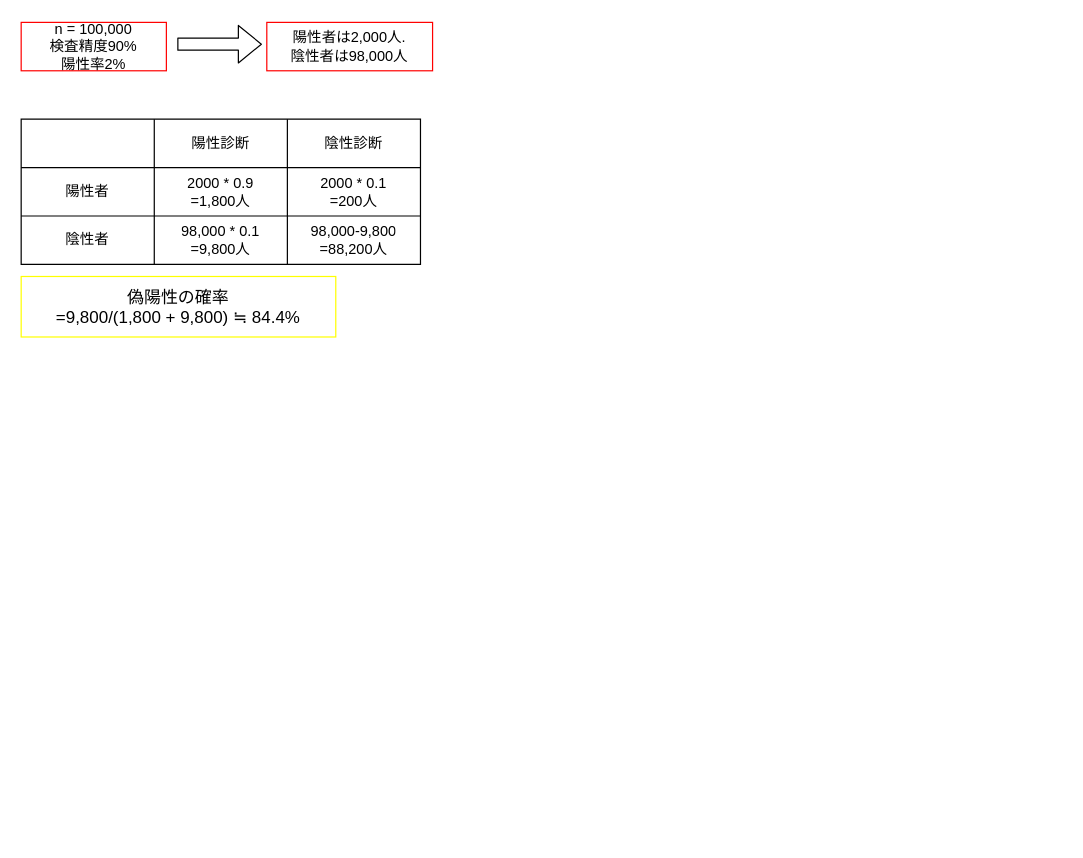
Above: page "条件付き確率" (3 of 3) of graph.dio in I-Kouta/Python2 (draw.io), before the change. Source tidied: cells renumbered, new cells numbered last; positions are measured from the earlier drawing's top-left corner, leaving out a move shared by most shapes. Both pictures are drawn from the tidied source at 121%, with x=0, y=0 at pixel (21, 22).
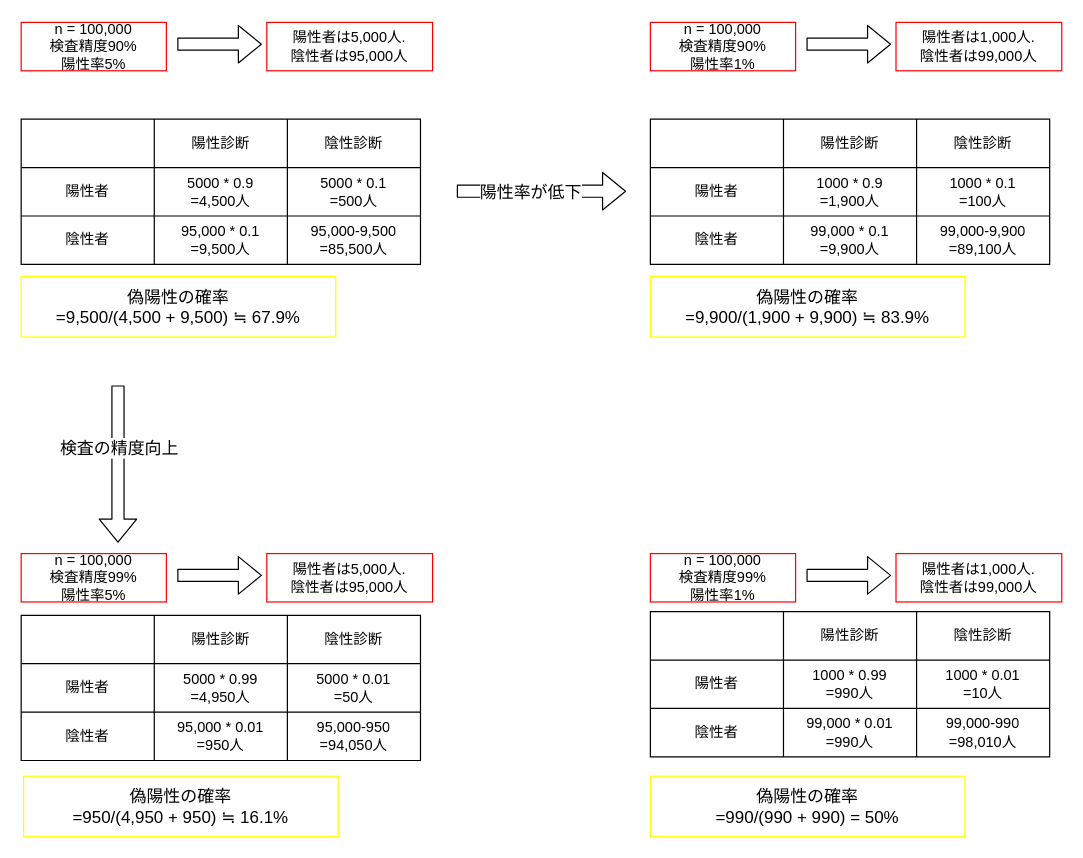
The same diagram, later.

Unchanged cells that the change refers to:
```xml
<mxCell id="7" style="shape=tableRow;horizontal=0;startSize=0;swimlaneHead=0;swimlaneBody=0;top=0;left=0;bottom=0;right=0;fillColor=none;" parent="2" vertex="1">
  <mxGeometry y="40" width="330" height="40" as="geometry" />
</mxCell>
<mxCell id="11" style="shape=tableRow;horizontal=0;startSize=0;swimlaneHead=0;swimlaneBody=0;top=0;left=0;bottom=0;right=0;fillColor=none;" parent="2" vertex="1">
  <mxGeometry y="80" width="330" height="40" as="geometry" />
</mxCell>
```

What changed in the source:
```diff
@@
-    <mxCell id="9" value="2000 * 0.9&lt;br&gt;=1,800人" style="shape=partialRectangle;html=1;whiteSpace=wrap;fillColor=none;top=0;left=0;bottom=0;right=0;overflow=hidden;" parent="7" vertex="1">
+    <mxCell id="9" value="5000 * 0.9&lt;br&gt;=4,500人" style="shape=partialRectangle;html=1;whiteSpace=wrap;fillColor=none;top=0;left=0;bottom=0;right=0;overflow=hidden;" parent="7" vertex="1">
       <mxGeometry x="110" width="110" height="40" as="geometry" />
     </mxCell>
-    <mxCell id="10" value="2000 * 0.1&lt;br&gt;=200人" style="shape=partialRectangle;html=1;whiteSpace=wrap;fillColor=none;top=0;left=0;bottom=0;right=0;overflow=hidden;" parent="7" vertex="1">
+    <mxCell id="10" value="5000 * 0.1&lt;br&gt;=500人" style="shape=partialRectangle;html=1;whiteSpace=wrap;fillColor=none;top=0;left=0;bottom=0;right=0;overflow=hidden;" parent="7" vertex="1">
       <mxGeometry x="220" width="110" height="40" as="geometry" />
     </mxCell>
@@
-    <mxCell id="13" value="98,000 * 0.1&lt;br&gt;=9,800人" style="shape=partialRectangle;html=1;whiteSpace=wrap;fillColor=none;top=0;left=0;bottom=0;right=0;overflow=hidden;" parent="11" vertex="1">
+    <mxCell id="13" value="95,000 * 0.1&lt;br&gt;=9,500人" style="shape=partialRectangle;html=1;whiteSpace=wrap;fillColor=none;top=0;left=0;bottom=0;right=0;overflow=hidden;" parent="11" vertex="1">
       <mxGeometry x="110" width="110" height="40" as="geometry" />
     </mxCell>
-    <mxCell id="14" value="98,000-9,800&lt;br&gt;=88,200人" style="shape=partialRectangle;html=1;whiteSpace=wrap;fillColor=none;top=0;left=0;bottom=0;right=0;overflow=hidden;" parent="11" vertex="1">
+    <mxCell id="14" value="95,000-9,500&lt;br&gt;=85,500人" style="shape=partialRectangle;html=1;whiteSpace=wrap;fillColor=none;top=0;left=0;bottom=0;right=0;overflow=hidden;" parent="11" vertex="1">
       <mxGeometry x="220" width="110" height="40" as="geometry" />
     </mxCell>
-    <mxCell id="15" value="n = 100,000&lt;br&gt;検査精度90%&lt;br&gt;陽性率2%" style="rounded=0;whiteSpace=wrap;html=1;fillColor=default;strokeColor=#FF0000;" parent="1" vertex="1">
+    <mxCell id="15" value="n = 100,000&lt;br&gt;検査精度90%&lt;br&gt;陽性率5%" style="rounded=0;whiteSpace=wrap;html=1;fillColor=default;strokeColor=#FF0000;" parent="1" vertex="1">
       <mxGeometry width="120" height="40" as="geometry" />
     </mxCell>
@@
-    <mxCell id="17" value="陽性者は2,000人.&lt;br&gt;陰性者は98,000人" style="rounded=0;whiteSpace=wrap;html=1;fillColor=default;strokeColor=#FF0000;" parent="1" vertex="1">
+    <mxCell id="17" value="陽性者は5,000人.&lt;br&gt;陰性者は95,000人" style="rounded=0;whiteSpace=wrap;html=1;fillColor=default;strokeColor=#FF0000;" parent="1" vertex="1">
       <mxGeometry x="203" width="137" height="40" as="geometry" />
     </mxCell>
-    <mxCell id="18" value="&lt;font style=&quot;font-size: 14px;&quot;&gt;偽陽性の確率&lt;br&gt;=9,800/(1,800 + 9,800) ≒ 84.4%&lt;/font&gt;" style="text;html=1;strokeColor=#FFFF00;fillColor=none;align=center;verticalAlign=middle;whiteSpace=wrap;rounded=0;" parent="1" vertex="1">
+    <mxCell id="18" value="&lt;font style=&quot;font-size: 14px;&quot;&gt;偽陽性の確率&lt;br&gt;=9,500/(4,500 + 9,500) ≒ 67.9%&lt;/font&gt;" style="text;html=1;strokeColor=#FFFF00;fillColor=none;align=center;verticalAlign=middle;whiteSpace=wrap;rounded=0;" parent="1" vertex="1">
       <mxGeometry y="210" width="260" height="50" as="geometry" />
     </mxCell>
+    <mxCell id="19" style="shape=table;html=1;whiteSpace=wrap;startSize=0;childLayout=tableLayout;" parent="1" vertex="1">
+      <mxGeometry x="520" y="80" width="330" height="120" as="geometry" />
+    </mxCell>
+    <mxCell id="20" style="shape=tableRow;horizontal=0;startSize=0;swimlaneHead=0;swimlaneBody=0;top=0;left=0;bottom=0;right=0;fillColor=none;" parent="19" vertex="1">
+      <mxGeometry width="330" height="40" as="geometry" />
+    </mxCell>
+    <mxCell id="21" style="shape=partialRectangle;html=1;whiteSpace=wrap;fillColor=none;top=0;left=0;bottom=0;right=0;overflow=hidden;" parent="20" vertex="1">
+      <mxGeometry width="110" height="40" as="geometry" />
+    </mxCell>
+    <mxCell id="22" value="陽性診断" style="shape=partialRectangle;html=1;whiteSpace=wrap;fillColor=none;top=0;left=0;bottom=0;right=0;overflow=hidden;" parent="20" vertex="1">
+      <mxGeometry x="110" width="110" height="40" as="geometry" />
+    </mxCell>
+    <mxCell id="23" value="陰性診断" style="shape=partialRectangle;html=1;whiteSpace=wrap;fillColor=none;top=0;left=0;bottom=0;right=0;overflow=hidden;" parent="20" vertex="1">
+      <mxGeometry x="220" width="110" height="40" as="geometry" />
+    </mxCell>
+    <mxCell id="24" style="shape=tableRow;horizontal=0;startSize=0;swimlaneHead=0;swimlaneBody=0;top=0;left=0;bottom=0;right=0;fillColor=none;" parent="19" vertex="1">
+      <mxGeometry y="40" width="330" height="40" as="geometry" />
+    </mxCell>
+    <mxCell id="25" value="陽性者" style="shape=partialRectangle;html=1;whiteSpace=wrap;fillColor=none;top=0;left=0;bottom=0;right=0;overflow=hidden;" parent="24" vertex="1">
+      <mxGeometry width="110" height="40" as="geometry" />
+    </mxCell>
+    <mxCell id="26" value="1000 * 0.9&lt;br&gt;=1,900人" style="shape=partialRectangle;html=1;whiteSpace=wrap;fillColor=none;top=0;left=0;bottom=0;right=0;overflow=hidden;" parent="24" vertex="1">
+      <mxGeometry x="110" width="110" height="40" as="geometry" />
+    </mxCell>
+    <mxCell id="27" value="1000 * 0.1&lt;br&gt;=100人" style="shape=partialRectangle;html=1;whiteSpace=wrap;fillColor=none;top=0;left=0;bottom=0;right=0;overflow=hidden;" parent="24" vertex="1">
+      <mxGeometry x="220" width="110" height="40" as="geometry" />
+    </mxCell>
+    <mxCell id="28" style="shape=tableRow;horizontal=0;startSize=0;swimlaneHead=0;swimlaneBody=0;top=0;left=0;bottom=0;right=0;fillColor=none;" parent="19" vertex="1">
+      <mxGeometry y="80" width="330" height="40" as="geometry" />
+    </mxCell>
+    <mxCell id="29" value="陰性者" style="shape=partialRectangle;html=1;whiteSpace=wrap;fillColor=none;top=0;left=0;bottom=0;right=0;overflow=hidden;" parent="28" vertex="1">
+      <mxGeometry width="110" height="40" as="geometry" />
+    </mxCell>
+    <mxCell id="30" value="99,000 * 0.1&lt;br&gt;=9,900人" style="shape=partialRectangle;html=1;whiteSpace=wrap;fillColor=none;top=0;left=0;bottom=0;right=0;overflow=hidden;" parent="28" vertex="1">
+      <mxGeometry x="110" width="110" height="40" as="geometry" />
+    </mxCell>
+    <mxCell id="31" value="99,000-9,900&lt;br&gt;=89,100人" style="shape=partialRectangle;html=1;whiteSpace=wrap;fillColor=none;top=0;left=0;bottom=0;right=0;overflow=hidden;" parent="28" vertex="1">
+      <mxGeometry x="220" width="110" height="40" as="geometry" />
+    </mxCell>
+    <mxCell id="32" style="shape=flexArrow;endArrow=classic;html=1;fontSize=14;" parent="1" edge="1">
+      <mxGeometry relative="1" as="geometry">
+        <mxPoint x="360" y="139.5" as="sourcePoint" />
+        <mxPoint x="500" y="139.5" as="targetPoint" />
+      </mxGeometry>
+    </mxCell>
+    <mxCell id="33" value="陽性率が低下" style="edgeLabel;html=1;align=center;verticalAlign=middle;fontSize=14;" parent="32" vertex="1">
+      <mxGeometry x="0.21" relative="1" as="geometry">
+        <mxPoint x="-25" y="1" as="offset" />
+      </mxGeometry>
+    </mxCell>
+    <mxCell id="34" value="n = 100,000&lt;br&gt;検査精度90%&lt;br&gt;陽性率1%" style="rounded=0;whiteSpace=wrap;html=1;fillColor=default;strokeColor=#FF0000;" parent="1" vertex="1">
+      <mxGeometry x="520" width="120" height="40" as="geometry" />
+    </mxCell>
+    <mxCell id="35" style="shape=flexArrow;endArrow=classic;html=1;" parent="1" edge="1">
+      <mxGeometry relative="1" as="geometry">
+        <mxPoint x="649" y="18" as="sourcePoint" />
+        <mxPoint x="719" y="18" as="targetPoint" />
+      </mxGeometry>
+    </mxCell>
+    <mxCell id="36" value="陽性者は1,000人.&lt;br&gt;陰性者は99,000人" style="rounded=0;whiteSpace=wrap;html=1;fillColor=default;strokeColor=#FF0000;" parent="1" vertex="1">
+      <mxGeometry x="723" width="137" height="40" as="geometry" />
+    </mxCell>
+    <mxCell id="37" value="&lt;font style=&quot;font-size: 14px;&quot;&gt;偽陽性の確率&lt;br&gt;=9,900/(1,900 + 9,900) ≒ 83.9%&lt;/font&gt;" style="text;html=1;strokeColor=#FFFF00;fillColor=none;align=center;verticalAlign=middle;whiteSpace=wrap;rounded=0;" parent="1" vertex="1">
+      <mxGeometry x="520" y="210" width="260" height="50" as="geometry" />
+    </mxCell>
+    <mxCell id="38" style="shape=flexArrow;endArrow=classic;html=1;fontSize=14;" parent="1" edge="1">
+      <mxGeometry relative="1" as="geometry">
+        <mxPoint x="80" y="300" as="sourcePoint" />
+        <mxPoint x="80" y="430" as="targetPoint" />
+      </mxGeometry>
+    </mxCell>
+    <mxCell id="39" value="検査の精度向上" style="edgeLabel;html=1;align=center;verticalAlign=middle;fontSize=14;" parent="38" vertex="1">
+      <mxGeometry x="0.21" relative="1" as="geometry">
+        <mxPoint y="-28" as="offset" />
+      </mxGeometry>
+    </mxCell>
+    <mxCell id="40" value="n = 100,000&lt;br&gt;検査精度99%&lt;br&gt;陽性率5%" style="rounded=0;whiteSpace=wrap;html=1;fillColor=default;strokeColor=#FF0000;" parent="1" vertex="1">
+      <mxGeometry y="439" width="120" height="40" as="geometry" />
+    </mxCell>
+    <mxCell id="41" style="shape=flexArrow;endArrow=classic;html=1;" parent="1" edge="1">
+      <mxGeometry relative="1" as="geometry">
+        <mxPoint x="129" y="457" as="sourcePoint" />
+        <mxPoint x="199" y="457" as="targetPoint" />
+      </mxGeometry>
+    </mxCell>
+    <mxCell id="42" value="陽性者は5,000人.&lt;br&gt;陰性者は95,000人" style="rounded=0;whiteSpace=wrap;html=1;fillColor=default;strokeColor=#FF0000;" parent="1" vertex="1">
+      <mxGeometry x="203" y="439" width="137" height="40" as="geometry" />
+    </mxCell>
+    <mxCell id="43" style="shape=table;html=1;whiteSpace=wrap;startSize=0;childLayout=tableLayout;" parent="1" vertex="1">
+      <mxGeometry y="490" width="330" height="120" as="geometry" />
+    </mxCell>
+    <mxCell id="44" style="shape=tableRow;horizontal=0;startSize=0;swimlaneHead=0;swimlaneBody=0;top=0;left=0;bottom=0;right=0;fillColor=none;" parent="43" vertex="1">
+      <mxGeometry width="330" height="40" as="geometry" />
+    </mxCell>
+    <mxCell id="45" style="shape=partialRectangle;html=1;whiteSpace=wrap;fillColor=none;top=0;left=0;bottom=0;right=0;overflow=hidden;" parent="44" vertex="1">
+      <mxGeometry width="110" height="40" as="geometry" />
+    </mxCell>
+    <mxCell id="46" value="陽性診断" style="shape=partialRectangle;html=1;whiteSpace=wrap;fillColor=none;top=0;left=0;bottom=0;right=0;overflow=hidden;" parent="44" vertex="1">
+      <mxGeometry x="110" width="110" height="40" as="geometry" />
+    </mxCell>
+    <mxCell id="47" value="陰性診断" style="shape=partialRectangle;html=1;whiteSpace=wrap;fillColor=none;top=0;left=0;bottom=0;right=0;overflow=hidden;" parent="44" vertex="1">
+      <mxGeometry x="220" width="110" height="40" as="geometry" />
+    </mxCell>
+    <mxCell id="48" style="shape=tableRow;horizontal=0;startSize=0;swimlaneHead=0;swimlaneBody=0;top=0;left=0;bottom=0;right=0;fillColor=none;" parent="43" vertex="1">
+      <mxGeometry y="40" width="330" height="40" as="geometry" />
+    </mxCell>
+    <mxCell id="49" value="陽性者" style="shape=partialRectangle;html=1;whiteSpace=wrap;fillColor=none;top=0;left=0;bottom=0;right=0;overflow=hidden;" parent="48" vertex="1">
+      <mxGeometry width="110" height="40" as="geometry" />
+    </mxCell>
+    <mxCell id="50" value="5000 * 0.99&lt;br&gt;=4,950人" style="shape=partialRectangle;html=1;whiteSpace=wrap;fillColor=none;top=0;left=0;bottom=0;right=0;overflow=hidden;" parent="48" vertex="1">
+      <mxGeometry x="110" width="110" height="40" as="geometry" />
+    </mxCell>
+    <mxCell id="51" value="5000 * 0.01&lt;br&gt;=50人" style="shape=partialRectangle;html=1;whiteSpace=wrap;fillColor=none;top=0;left=0;bottom=0;right=0;overflow=hidden;" parent="48" vertex="1">
+      <mxGeometry x="220" width="110" height="40" as="geometry" />
+    </mxCell>
+    <mxCell id="52" style="shape=tableRow;horizontal=0;startSize=0;swimlaneHead=0;swimlaneBody=0;top=0;left=0;bottom=0;right=0;fillColor=none;" parent="43" vertex="1">
+      <mxGeometry y="80" width="330" height="40" as="geometry" />
+    </mxCell>
+    <mxCell id="53" value="陰性者" style="shape=partialRectangle;html=1;whiteSpace=wrap;fillColor=none;top=0;left=0;bottom=0;right=0;overflow=hidden;" parent="52" vertex="1">
+      <mxGeometry width="110" height="40" as="geometry" />
+    </mxCell>
+    <mxCell id="54" value="95,000 * 0.01&lt;br&gt;=950人" style="shape=partialRectangle;html=1;whiteSpace=wrap;fillColor=none;top=0;left=0;bottom=0;right=0;overflow=hidden;" parent="52" vertex="1">
+      <mxGeometry x="110" width="110" height="40" as="geometry" />
+    </mxCell>
+    <mxCell id="55" value="95,000-950&lt;br&gt;=94,050人" style="shape=partialRectangle;html=1;whiteSpace=wrap;fillColor=none;top=0;left=0;bottom=0;right=0;overflow=hidden;" parent="52" vertex="1">
+      <mxGeometry x="220" width="110" height="40" as="geometry" />
+    </mxCell>
+    <mxCell id="56" value="&lt;font style=&quot;font-size: 14px;&quot;&gt;偽陽性の確率&lt;br&gt;=950/(4,950 + 950) ≒ 16.1%&lt;/font&gt;" style="text;html=1;strokeColor=#FFFF00;fillColor=none;align=center;verticalAlign=middle;whiteSpace=wrap;rounded=0;" parent="1" vertex="1">
+      <mxGeometry x="2" y="623" width="260" height="50" as="geometry" />
+    </mxCell>
+    <mxCell id="57" value="n = 100,000&lt;br&gt;検査精度99%&lt;br&gt;陽性率1%" style="rounded=0;whiteSpace=wrap;html=1;fillColor=default;strokeColor=#FF0000;" parent="1" vertex="1">
+      <mxGeometry x="520" y="439" width="120" height="40" as="geometry" />
+    </mxCell>
+    <mxCell id="58" style="shape=flexArrow;endArrow=classic;html=1;" parent="1" edge="1">
+      <mxGeometry relative="1" as="geometry">
+        <mxPoint x="649" y="457" as="sourcePoint" />
+        <mxPoint x="719" y="457" as="targetPoint" />
+      </mxGeometry>
+    </mxCell>
+    <mxCell id="59" value="陽性者は1,000人.&lt;br&gt;陰性者は99,000人" style="rounded=0;whiteSpace=wrap;html=1;fillColor=default;strokeColor=#FF0000;" parent="1" vertex="1">
+      <mxGeometry x="723" y="439" width="137" height="40" as="geometry" />
+    </mxCell>
+    <mxCell id="60" style="shape=table;html=1;whiteSpace=wrap;startSize=0;childLayout=tableLayout;" parent="1" vertex="1">
+      <mxGeometry x="520" y="487" width="330" height="120" as="geometry" />
+    </mxCell>
+    <mxCell id="61" style="shape=tableRow;horizontal=0;startSize=0;swimlaneHead=0;swimlaneBody=0;top=0;left=0;bottom=0;right=0;fillColor=none;" parent="60" vertex="1">
+      <mxGeometry width="330" height="40" as="geometry" />
+    </mxCell>
+    <mxCell id="62" style="shape=partialRectangle;html=1;whiteSpace=wrap;fillColor=none;top=0;left=0;bottom=0;right=0;overflow=hidden;" parent="61" vertex="1">
+      <mxGeometry width="110" height="40" as="geometry" />
+    </mxCell>
+    <mxCell id="63" value="陽性診断" style="shape=partialRectangle;html=1;whiteSpace=wrap;fillColor=none;top=0;left=0;bottom=0;right=0;overflow=hidden;" parent="61" vertex="1">
+      <mxGeometry x="110" width="110" height="40" as="geometry" />
+    </mxCell>
+    <mxCell id="64" value="陰性診断" style="shape=partialRectangle;html=1;whiteSpace=wrap;fillColor=none;top=0;left=0;bottom=0;right=0;overflow=hidden;" parent="61" vertex="1">
+      <mxGeometry x="220" width="110" height="40" as="geometry" />
+    </mxCell>
+    <mxCell id="65" style="shape=tableRow;horizontal=0;startSize=0;swimlaneHead=0;swimlaneBody=0;top=0;left=0;bottom=0;right=0;fillColor=none;" parent="60" vertex="1">
+      <mxGeometry y="40" width="330" height="40" as="geometry" />
+    </mxCell>
+    <mxCell id="66" value="陽性者" style="shape=partialRectangle;html=1;whiteSpace=wrap;fillColor=none;top=0;left=0;bottom=0;right=0;overflow=hidden;" parent="65" vertex="1">
+      <mxGeometry width="110" height="40" as="geometry" />
+    </mxCell>
+    <mxCell id="67" value="1000 * 0.99&lt;br&gt;=990人" style="shape=partialRectangle;html=1;whiteSpace=wrap;fillColor=none;top=0;left=0;bottom=0;right=0;overflow=hidden;" parent="65" vertex="1">
+      <mxGeometry x="110" width="110" height="40" as="geometry" />
+    </mxCell>
+    <mxCell id="68" value="1000 * 0.01&lt;br&gt;=10人" style="shape=partialRectangle;html=1;whiteSpace=wrap;fillColor=none;top=0;left=0;bottom=0;right=0;overflow=hidden;" parent="65" vertex="1">
+      <mxGeometry x="220" width="110" height="40" as="geometry" />
+    </mxCell>
+    <mxCell id="69" style="shape=tableRow;horizontal=0;startSize=0;swimlaneHead=0;swimlaneBody=0;top=0;left=0;bottom=0;right=0;fillColor=none;" parent="60" vertex="1">
+      <mxGeometry y="80" width="330" height="40" as="geometry" />
+    </mxCell>
+    <mxCell id="70" value="陰性者" style="shape=partialRectangle;html=1;whiteSpace=wrap;fillColor=none;top=0;left=0;bottom=0;right=0;overflow=hidden;" parent="69" vertex="1">
+      <mxGeometry width="110" height="40" as="geometry" />
+    </mxCell>
+    <mxCell id="71" value="99,000 * 0.01&lt;br&gt;=990人" style="shape=partialRectangle;html=1;whiteSpace=wrap;fillColor=none;top=0;left=0;bottom=0;right=0;overflow=hidden;" parent="69" vertex="1">
+      <mxGeometry x="110" width="110" height="40" as="geometry" />
+    </mxCell>
+    <mxCell id="72" value="99,000-990&lt;br&gt;=98,010人" style="shape=partialRectangle;html=1;whiteSpace=wrap;fillColor=none;top=0;left=0;bottom=0;right=0;overflow=hidden;" parent="69" vertex="1">
+      <mxGeometry x="220" width="110" height="40" as="geometry" />
+    </mxCell>
+    <mxCell id="73" value="&lt;font style=&quot;font-size: 14px;&quot;&gt;偽陽性の確率&lt;br&gt;=990/(990 + 990) = 50%&lt;/font&gt;" style="text;html=1;strokeColor=#FFFF00;fillColor=none;align=center;verticalAlign=middle;whiteSpace=wrap;rounded=0;" parent="1" vertex="1">
+      <mxGeometry x="520" y="623" width="260" height="50" as="geometry" />
+    </mxCell>
```
